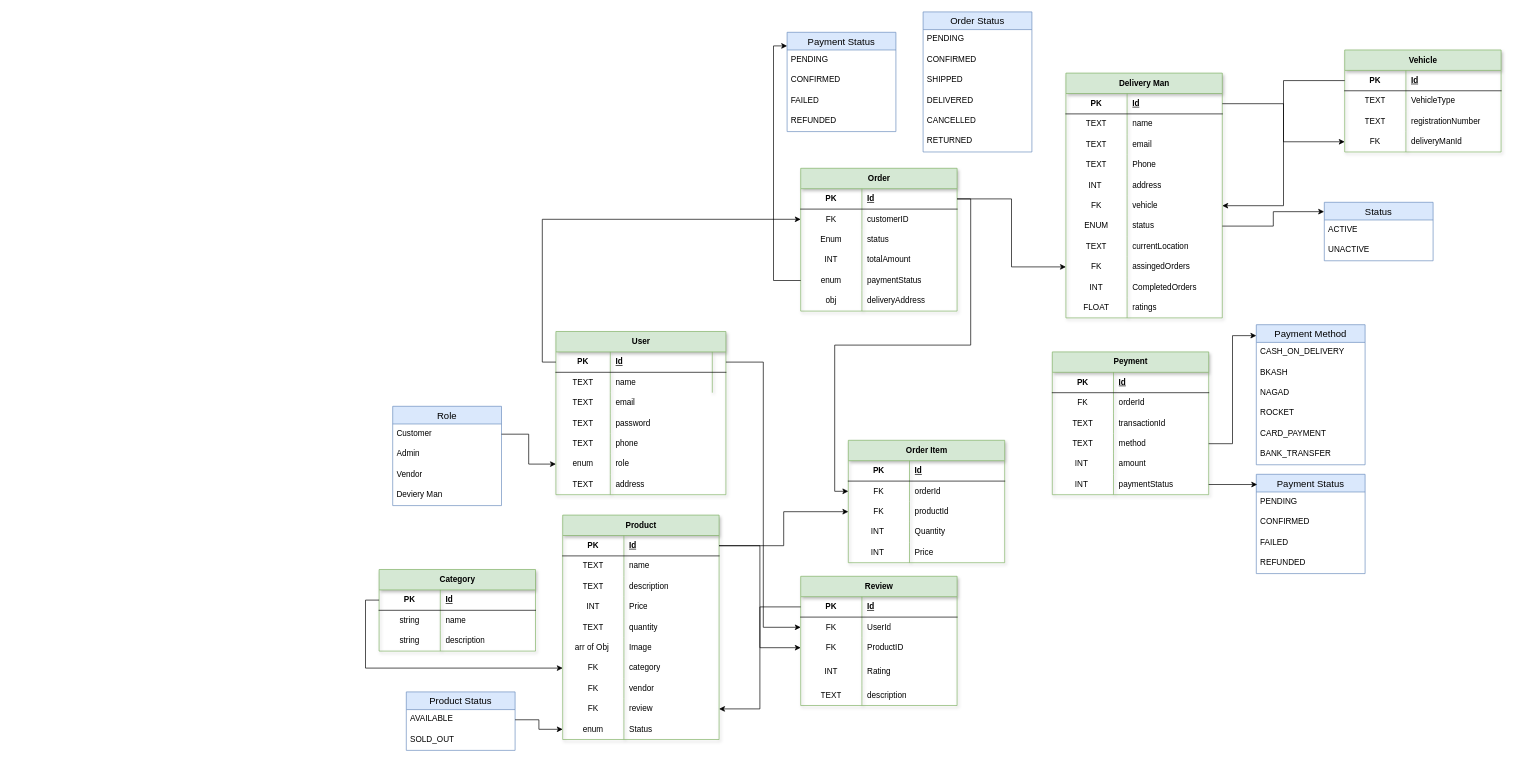
iammehedi4201/Foshol-Bazar.com keeps this draw.io diagram as Database.drawio. Above is the earlier version. Source tidied: cells renumbered, new cells numbered last; positions are measured from the earlier drawing's top-left corner, leaving out a move shared by most shapes. Both pictures are drawn from the tidied source at 68%, with x=0, y=0 at pixel (379, 12).
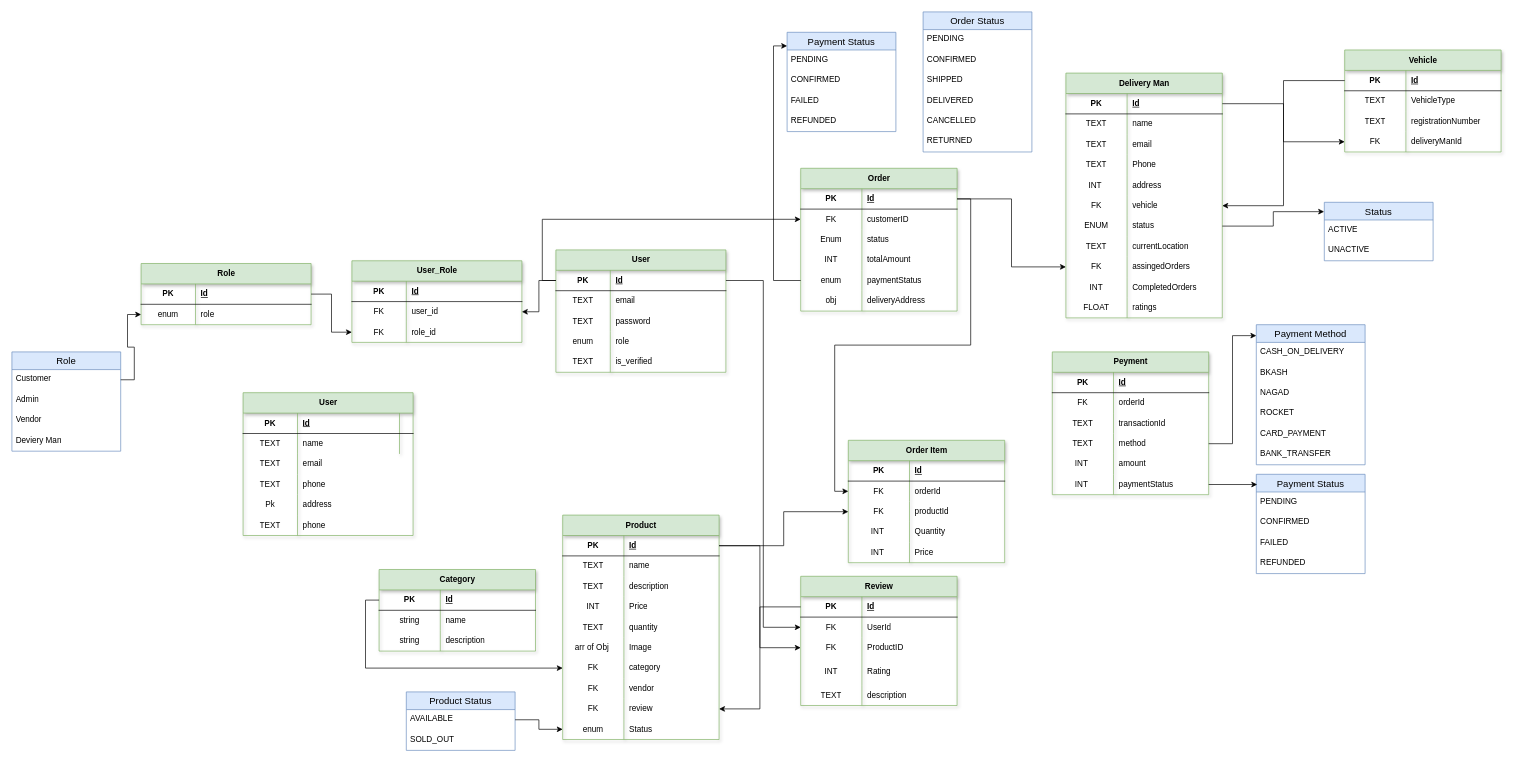
The same page after the edit.

The change refers to these unchanged cells:
```xml
<mxCell id="3" style="shape=tableRow;horizontal=0;startSize=0;swimlaneHead=0;swimlaneBody=0;fillColor=none;points=[[0,0.5],[1,0.5]];portConstraint=eastwest;top=0;left=0;right=0;bottom=1;swimlaneFillColor=none;" parent="2" vertex="1">
  <mxGeometry y="30" width="250" height="30" as="geometry" />
</mxCell>
<mxCell id="26" value="Customer" style="text;strokeColor=none;fillColor=none;spacingLeft=4;spacingRight=4;overflow=hidden;points=[[0,0.5],[1,0.5]];portConstraint=eastwest;fontSize=12;whiteSpace=wrap;html=1;" parent="25" vertex="1">
  <mxGeometry y="26" width="160" height="30" as="geometry" />
</mxCell>
```

Diff of the diagram source:
```diff
@@
     <mxCell id="2" value="User" style="shape=table;startSize=30;childLayout=tableLayout;rowLines=0;fontStyle=1;align=center;html=1;fillColor=#d5e8d4;strokeColor=#82b366;rounded=0;swimlaneLine=1;shadow=1;" parent="1" vertex="1">
-      <mxGeometry x="260" y="470" width="250" height="240" as="geometry" />
+      <mxGeometry x="260" y="350" width="250" height="180" as="geometry" />
     </mxCell>
@@
-    <mxCell id="6" style="shape=tableRow;horizontal=0;startSize=0;swimlaneHead=0;swimlaneBody=0;fillColor=none;top=0;left=0;right=0;bottom=0;swimlaneFillColor=none;swimlaneLine=1;shadow=0;" parent="2" vertex="1">
-      <mxGeometry y="60" width="250" height="30" as="geometry" />
-    </mxCell>
-    <mxCell id="7" value="TEXT" style="shape=partialRectangle;fillColor=none;top=0;left=0;bottom=0;right=0;overflow=hidden;whiteSpace=wrap;html=1;swimlaneFillColor=none;" parent="6" vertex="1">
-      <mxGeometry width="80" height="30" as="geometry" />
-    </mxCell>
-    <mxCell id="8" value="name" style="shape=partialRectangle;fillColor=none;top=0;left=0;bottom=0;right=0;align=left;spacingLeft=6;overflow=hidden;whiteSpace=wrap;html=1;swimlaneFillColor=none;" parent="6" vertex="1">
-      <mxGeometry x="80" width="150" height="30" as="geometry" />
-    </mxCell>
-    <mxCell id="9" style="text;strokeColor=none;fillColor=none;spacingLeft=4;spacingRight=4;overflow=hidden;fontSize=12;whiteSpace=wrap;html=1;" parent="6" vertex="1">
-      <mxGeometry x="230" width="20" height="30" as="geometry" />
-    </mxCell>
     <mxCell id="10" style="shape=tableRow;horizontal=0;startSize=0;swimlaneHead=0;swimlaneBody=0;fillColor=none;top=0;left=0;right=0;bottom=0;swimlaneFillColor=none;" parent="2" vertex="1">
-      <mxGeometry y="90" width="250" height="30" as="geometry" />
+      <mxGeometry y="60" width="250" height="30" as="geometry" />
     </mxCell>
@@
     <mxCell id="13" style="shape=tableRow;horizontal=0;startSize=0;swimlaneHead=0;swimlaneBody=0;fillColor=none;top=0;left=0;right=0;bottom=0;swimlaneFillColor=none;" parent="2" vertex="1">
-      <mxGeometry y="120" width="250" height="30" as="geometry" />
+      <mxGeometry y="90" width="250" height="30" as="geometry" />
     </mxCell>
@@
-    <mxCell id="16" style="shape=tableRow;horizontal=0;startSize=0;swimlaneHead=0;swimlaneBody=0;fillColor=none;top=0;left=0;right=0;bottom=0;swimlaneFillColor=none;" parent="2" vertex="1">
-      <mxGeometry y="150" width="250" height="30" as="geometry" />
-    </mxCell>
-    <mxCell id="17" value="TEXT" style="shape=partialRectangle;fillColor=none;top=0;left=0;bottom=0;right=0;overflow=hidden;whiteSpace=wrap;html=1;swimlaneFillColor=none;" parent="16" vertex="1">
-      <mxGeometry width="80" height="30" as="geometry" />
-    </mxCell>
-    <mxCell id="18" value="phone" style="shape=partialRectangle;fillColor=none;top=0;left=0;bottom=0;right=0;align=left;spacingLeft=6;overflow=hidden;whiteSpace=wrap;html=1;swimlaneFillColor=none;" parent="16" vertex="1">
-      <mxGeometry x="80" width="170" height="30" as="geometry" />
-    </mxCell>
     <mxCell id="19" style="shape=tableRow;horizontal=0;startSize=0;swimlaneHead=0;swimlaneBody=0;fillColor=none;points=[[0,0.5],[1,0.5]];portConstraint=eastwest;top=0;left=0;right=0;bottom=0;swimlaneFillColor=none;" parent="2" vertex="1">
-      <mxGeometry y="180" width="250" height="30" as="geometry" />
+      <mxGeometry y="120" width="250" height="30" as="geometry" />
     </mxCell>
@@
-    <mxCell id="22" style="shape=tableRow;horizontal=0;startSize=0;swimlaneHead=0;swimlaneBody=0;fillColor=none;top=0;left=0;right=0;bottom=0;swimlaneFillColor=none;" parent="2" vertex="1">
-      <mxGeometry y="210" width="250" height="30" as="geometry" />
-    </mxCell>
-    <mxCell id="23" value="TEXT" style="shape=partialRectangle;fillColor=none;top=0;left=0;bottom=0;right=0;overflow=hidden;whiteSpace=wrap;html=1;swimlaneFillColor=none;" parent="22" vertex="1">
-      <mxGeometry width="80" height="30" as="geometry" />
-    </mxCell>
-    <mxCell id="24" value="address" style="shape=partialRectangle;fillColor=none;top=0;left=0;bottom=0;right=0;align=left;spacingLeft=6;overflow=hidden;whiteSpace=wrap;html=1;swimlaneFillColor=none;" parent="22" vertex="1">
-      <mxGeometry x="80" width="170" height="30" as="geometry" />
-    </mxCell>
+    <mxCell id="234" style="shape=tableRow;horizontal=0;startSize=0;swimlaneHead=0;swimlaneBody=0;fillColor=none;top=0;left=0;right=0;bottom=0;swimlaneFillColor=none;" parent="2" vertex="1">
+      <mxGeometry y="150" width="250" height="30" as="geometry" />
+    </mxCell>
+    <mxCell id="235" value="TEXT" style="shape=partialRectangle;fillColor=none;top=0;left=0;bottom=0;right=0;overflow=hidden;whiteSpace=wrap;html=1;swimlaneFillColor=none;" parent="234" vertex="1">
+      <mxGeometry width="80" height="30" as="geometry" />
+    </mxCell>
+    <mxCell id="236" value="is_verified" style="shape=partialRectangle;fillColor=none;top=0;left=0;bottom=0;right=0;align=left;spacingLeft=6;overflow=hidden;whiteSpace=wrap;html=1;swimlaneFillColor=none;" parent="234" vertex="1">
+      <mxGeometry x="80" width="170" height="30" as="geometry" />
+    </mxCell>
     <mxCell id="25" value="Role" style="swimlane;fontStyle=0;horizontal=1;startSize=26;align=center;fontSize=14;fillColor=#dae8fc;strokeColor=#6c8ebf;" parent="1" vertex="1">
-      <mxGeometry x="20" y="580" width="160" height="146" as="geometry" />
+      <mxGeometry x="-540" y="500" width="160" height="146" as="geometry" />
     </mxCell>
@@
-    <mxCell id="95" style="edgeStyle=orthogonalEdgeStyle;shape=connector;rounded=0;jettySize=auto;html=1;exitX=1;exitY=0.5;exitDx=0;exitDy=0;entryX=0;entryY=0.5;entryDx=0;entryDy=0;strokeColor=default;align=center;verticalAlign=middle;fontFamily=Helvetica;fontSize=11;fontColor=default;labelBackgroundColor=default;endArrow=classic;" parent="1" edge="1" source="26" target="19">
-      <mxGeometry relative="1" as="geometry" />
-    </mxCell>
@@
+    <mxCell id="237" value="Role" style="shape=table;startSize=30;childLayout=tableLayout;rowLines=0;fontStyle=1;align=center;html=1;fillColor=#d5e8d4;strokeColor=#82b366;rounded=0;swimlaneLine=1;shadow=1;" parent="1" vertex="1">
+      <mxGeometry x="-350" y="370" width="250" height="90" as="geometry" />
+    </mxCell>
+    <mxCell id="238" style="shape=tableRow;horizontal=0;startSize=0;swimlaneHead=0;swimlaneBody=0;fillColor=none;points=[[0,0.5],[1,0.5]];portConstraint=eastwest;top=0;left=0;right=0;bottom=1;swimlaneFillColor=none;" parent="237" vertex="1">
+      <mxGeometry y="30" width="250" height="30" as="geometry" />
+    </mxCell>
+    <mxCell id="239" value="PK" style="shape=partialRectangle;fillColor=none;top=0;left=0;bottom=0;right=0;fontStyle=1;overflow=hidden;whiteSpace=wrap;html=1;swimlaneFillColor=none;" parent="238" vertex="1">
+      <mxGeometry width="80" height="30" as="geometry" />
+    </mxCell>
+    <mxCell id="240" value="Id" style="shape=partialRectangle;fillColor=none;top=0;left=0;bottom=0;right=0;align=left;spacingLeft=6;fontStyle=5;overflow=hidden;whiteSpace=wrap;html=1;swimlaneFillColor=none;" parent="238" vertex="1">
+      <mxGeometry x="80" width="170" height="30" as="geometry" />
+    </mxCell>
+    <mxCell id="241" style="shape=tableRow;horizontal=0;startSize=0;swimlaneHead=0;swimlaneBody=0;fillColor=none;points=[[0,0.5],[1,0.5]];portConstraint=eastwest;top=0;left=0;right=0;bottom=0;swimlaneFillColor=none;" parent="237" vertex="1">
+      <mxGeometry y="60" width="250" height="30" as="geometry" />
+    </mxCell>
+    <mxCell id="242" value="enum" style="shape=partialRectangle;fillColor=none;top=0;left=0;bottom=0;right=0;overflow=hidden;whiteSpace=wrap;html=1;swimlaneFillColor=none;" parent="241" vertex="1">
+      <mxGeometry width="80" height="30" as="geometry" />
+    </mxCell>
+    <mxCell id="243" value="role" style="shape=partialRectangle;fillColor=none;top=0;left=0;bottom=0;right=0;align=left;spacingLeft=6;overflow=hidden;whiteSpace=wrap;html=1;swimlaneFillColor=none;" parent="241" vertex="1">
+      <mxGeometry x="80" width="170" height="30" as="geometry" />
+    </mxCell>
+    <mxCell id="244" style="edgeStyle=orthogonalEdgeStyle;rounded=0;jettySize=auto;html=1;exitX=1;exitY=0.5;exitDx=0;exitDy=0;entryX=0;entryY=0.5;entryDx=0;entryDy=0;" parent="1" edge="1" source="26" target="241">
+      <mxGeometry relative="1" as="geometry" />
+    </mxCell>
+    <mxCell id="245" value="User_Role" style="shape=table;startSize=30;childLayout=tableLayout;rowLines=0;fontStyle=1;align=center;html=1;fillColor=#d5e8d4;strokeColor=#82b366;rounded=0;swimlaneLine=1;shadow=1;" parent="1" vertex="1">
+      <mxGeometry x="-40" y="366" width="250" height="120" as="geometry" />
+    </mxCell>
+    <mxCell id="246" style="shape=tableRow;horizontal=0;startSize=0;swimlaneHead=0;swimlaneBody=0;fillColor=none;top=0;left=0;right=0;bottom=1;swimlaneFillColor=none;" parent="245" vertex="1">
+      <mxGeometry y="30" width="250" height="30" as="geometry" />
+    </mxCell>
+    <mxCell id="247" value="PK" style="shape=partialRectangle;fillColor=none;top=0;left=0;bottom=0;right=0;fontStyle=1;overflow=hidden;whiteSpace=wrap;html=1;swimlaneFillColor=none;" parent="246" vertex="1">
+      <mxGeometry width="80" height="30" as="geometry" />
+    </mxCell>
+    <mxCell id="248" value="Id" style="shape=partialRectangle;fillColor=none;top=0;left=0;bottom=0;right=0;align=left;spacingLeft=6;fontStyle=5;overflow=hidden;whiteSpace=wrap;html=1;swimlaneFillColor=none;" parent="246" vertex="1">
+      <mxGeometry x="80" width="170" height="30" as="geometry" />
+    </mxCell>
+    <mxCell id="249" style="shape=tableRow;horizontal=0;startSize=0;swimlaneHead=0;swimlaneBody=0;fillColor=none;points=[[0,0.5],[1,0.5]];portConstraint=eastwest;top=0;left=0;right=0;bottom=0;swimlaneFillColor=none;" parent="245" vertex="1">
+      <mxGeometry y="60" width="250" height="30" as="geometry" />
+    </mxCell>
+    <mxCell id="250" value="FK" style="shape=partialRectangle;fillColor=none;top=0;left=0;bottom=0;right=0;overflow=hidden;whiteSpace=wrap;html=1;swimlaneFillColor=none;" parent="249" vertex="1">
+      <mxGeometry width="80" height="30" as="geometry" />
+    </mxCell>
+    <mxCell id="251" value="user_id" style="shape=partialRectangle;fillColor=none;top=0;left=0;bottom=0;right=0;align=left;spacingLeft=6;overflow=hidden;whiteSpace=wrap;html=1;swimlaneFillColor=none;" parent="249" vertex="1">
+      <mxGeometry x="80" width="170" height="30" as="geometry" />
+    </mxCell>
+    <mxCell id="252" style="shape=tableRow;horizontal=0;startSize=0;swimlaneHead=0;swimlaneBody=0;fillColor=none;points=[[0,0.5],[1,0.5]];portConstraint=eastwest;top=0;left=0;right=0;bottom=0;swimlaneFillColor=none;" parent="245" vertex="1">
+      <mxGeometry y="90" width="250" height="30" as="geometry" />
+    </mxCell>
+    <mxCell id="253" value="FK" style="shape=partialRectangle;fillColor=none;top=0;left=0;bottom=0;right=0;overflow=hidden;whiteSpace=wrap;html=1;swimlaneFillColor=none;" parent="252" vertex="1">
+      <mxGeometry width="80" height="30" as="geometry" />
+    </mxCell>
+    <mxCell id="254" value="role_id" style="shape=partialRectangle;fillColor=none;top=0;left=0;bottom=0;right=0;align=left;spacingLeft=6;overflow=hidden;whiteSpace=wrap;html=1;swimlaneFillColor=none;" parent="252" vertex="1">
+      <mxGeometry x="80" width="170" height="30" as="geometry" />
+    </mxCell>
+    <mxCell id="255" style="edgeStyle=orthogonalEdgeStyle;rounded=0;jettySize=auto;html=1;exitX=1;exitY=0.5;exitDx=0;exitDy=0;" parent="1" edge="1" source="238" target="252">
+      <mxGeometry relative="1" as="geometry" />
+    </mxCell>
+    <mxCell id="256" style="edgeStyle=orthogonalEdgeStyle;rounded=0;jettySize=auto;html=1;exitX=0;exitY=0.5;exitDx=0;exitDy=0;entryX=1;entryY=0.5;entryDx=0;entryDy=0;" parent="1" edge="1" source="3" target="249">
+      <mxGeometry relative="1" as="geometry" />
+    </mxCell>
+    <mxCell id="257" value="User" style="shape=table;startSize=30;childLayout=tableLayout;rowLines=0;fontStyle=1;align=center;html=1;fillColor=#d5e8d4;strokeColor=#82b366;rounded=0;swimlaneLine=1;shadow=1;" parent="1" vertex="1">
+      <mxGeometry x="-200" y="560" width="250" height="210" as="geometry" />
+    </mxCell>
+    <mxCell id="258" style="shape=tableRow;horizontal=0;startSize=0;swimlaneHead=0;swimlaneBody=0;fillColor=none;top=0;left=0;right=0;bottom=1;swimlaneFillColor=none;" parent="257" vertex="1">
+      <mxGeometry y="30" width="250" height="30" as="geometry" />
+    </mxCell>
+    <mxCell id="259" value="PK" style="shape=partialRectangle;fillColor=none;top=0;left=0;bottom=0;right=0;fontStyle=1;overflow=hidden;whiteSpace=wrap;html=1;swimlaneFillColor=none;" parent="258" vertex="1">
+      <mxGeometry width="80" height="30" as="geometry" />
+    </mxCell>
+    <mxCell id="260" value="Id" style="shape=partialRectangle;fillColor=none;top=0;left=0;bottom=0;right=0;align=left;spacingLeft=6;fontStyle=5;overflow=hidden;whiteSpace=wrap;html=1;swimlaneFillColor=none;" parent="258" vertex="1">
+      <mxGeometry x="80" width="170" height="30" as="geometry" />
+    </mxCell>
+    <mxCell id="6" style="shape=tableRow;horizontal=0;startSize=0;swimlaneHead=0;swimlaneBody=0;fillColor=none;top=0;left=0;right=0;bottom=0;swimlaneFillColor=none;swimlaneLine=1;shadow=0;" parent="257" vertex="1">
+      <mxGeometry y="60" width="250" height="30" as="geometry" />
+    </mxCell>
+    <mxCell id="261" value="TEXT" style="shape=partialRectangle;fillColor=none;top=0;left=0;bottom=0;right=0;overflow=hidden;whiteSpace=wrap;html=1;swimlaneFillColor=none;" parent="6" vertex="1">
+      <mxGeometry width="80" height="30" as="geometry" />
+    </mxCell>
+    <mxCell id="8" value="name" style="shape=partialRectangle;fillColor=none;top=0;left=0;bottom=0;right=0;align=left;spacingLeft=6;overflow=hidden;whiteSpace=wrap;html=1;swimlaneFillColor=none;" parent="6" vertex="1">
+      <mxGeometry x="80" width="150" height="30" as="geometry" />
+    </mxCell>
+    <mxCell id="9" style="text;strokeColor=none;fillColor=none;spacingLeft=4;spacingRight=4;overflow=hidden;fontSize=12;whiteSpace=wrap;html=1;" parent="6" vertex="1">
+      <mxGeometry x="230" width="20" height="30" as="geometry" />
+    </mxCell>
+    <mxCell id="262" style="shape=tableRow;horizontal=0;startSize=0;swimlaneHead=0;swimlaneBody=0;fillColor=none;top=0;left=0;right=0;bottom=0;swimlaneFillColor=none;" parent="257" vertex="1">
+      <mxGeometry y="90" width="250" height="30" as="geometry" />
+    </mxCell>
+    <mxCell id="263" value="TEXT" style="shape=partialRectangle;fillColor=none;top=0;left=0;bottom=0;right=0;overflow=hidden;whiteSpace=wrap;html=1;swimlaneFillColor=none;" parent="262" vertex="1">
+      <mxGeometry width="80" height="30" as="geometry" />
+    </mxCell>
+    <mxCell id="264" value="email" style="shape=partialRectangle;fillColor=none;top=0;left=0;bottom=0;right=0;align=left;spacingLeft=6;overflow=hidden;whiteSpace=wrap;html=1;swimlaneFillColor=none;" parent="262" vertex="1">
+      <mxGeometry x="80" width="170" height="30" as="geometry" />
+    </mxCell>
+    <mxCell id="265" style="shape=tableRow;horizontal=0;startSize=0;swimlaneHead=0;swimlaneBody=0;fillColor=none;top=0;left=0;right=0;bottom=0;swimlaneFillColor=none;" parent="257" vertex="1">
+      <mxGeometry y="120" width="250" height="30" as="geometry" />
+    </mxCell>
+    <mxCell id="266" value="TEXT" style="shape=partialRectangle;fillColor=none;top=0;left=0;bottom=0;right=0;overflow=hidden;whiteSpace=wrap;html=1;swimlaneFillColor=none;" parent="265" vertex="1">
+      <mxGeometry width="80" height="30" as="geometry" />
+    </mxCell>
+    <mxCell id="267" value="phone" style="shape=partialRectangle;fillColor=none;top=0;left=0;bottom=0;right=0;align=left;spacingLeft=6;overflow=hidden;whiteSpace=wrap;html=1;swimlaneFillColor=none;" parent="265" vertex="1">
+      <mxGeometry x="80" width="170" height="30" as="geometry" />
+    </mxCell>
+    <mxCell id="268" style="shape=tableRow;horizontal=0;startSize=0;swimlaneHead=0;swimlaneBody=0;fillColor=none;top=0;left=0;right=0;bottom=0;swimlaneFillColor=none;" parent="257" vertex="1">
+      <mxGeometry y="150" width="250" height="30" as="geometry" />
+    </mxCell>
+    <mxCell id="269" value="Pk" style="shape=partialRectangle;fillColor=none;top=0;left=0;bottom=0;right=0;overflow=hidden;whiteSpace=wrap;html=1;swimlaneFillColor=none;" parent="268" vertex="1">
+      <mxGeometry width="80" height="30" as="geometry" />
+    </mxCell>
+    <mxCell id="24" value="address" style="shape=partialRectangle;fillColor=none;top=0;left=0;bottom=0;right=0;align=left;spacingLeft=6;overflow=hidden;whiteSpace=wrap;html=1;swimlaneFillColor=none;" parent="268" vertex="1">
+      <mxGeometry x="80" width="170" height="30" as="geometry" />
+    </mxCell>
+    <mxCell id="270" style="shape=tableRow;horizontal=0;startSize=0;swimlaneHead=0;swimlaneBody=0;fillColor=none;top=0;left=0;right=0;bottom=0;swimlaneFillColor=none;" parent="257" vertex="1">
+      <mxGeometry y="180" width="250" height="30" as="geometry" />
+    </mxCell>
+    <mxCell id="271" value="TEXT" style="shape=partialRectangle;fillColor=none;top=0;left=0;bottom=0;right=0;overflow=hidden;whiteSpace=wrap;html=1;swimlaneFillColor=none;" parent="270" vertex="1">
+      <mxGeometry width="80" height="30" as="geometry" />
+    </mxCell>
+    <mxCell id="272" value="phone" style="shape=partialRectangle;fillColor=none;top=0;left=0;bottom=0;right=0;align=left;spacingLeft=6;overflow=hidden;whiteSpace=wrap;html=1;swimlaneFillColor=none;" parent="270" vertex="1">
+      <mxGeometry x="80" width="170" height="30" as="geometry" />
+    </mxCell>
```
